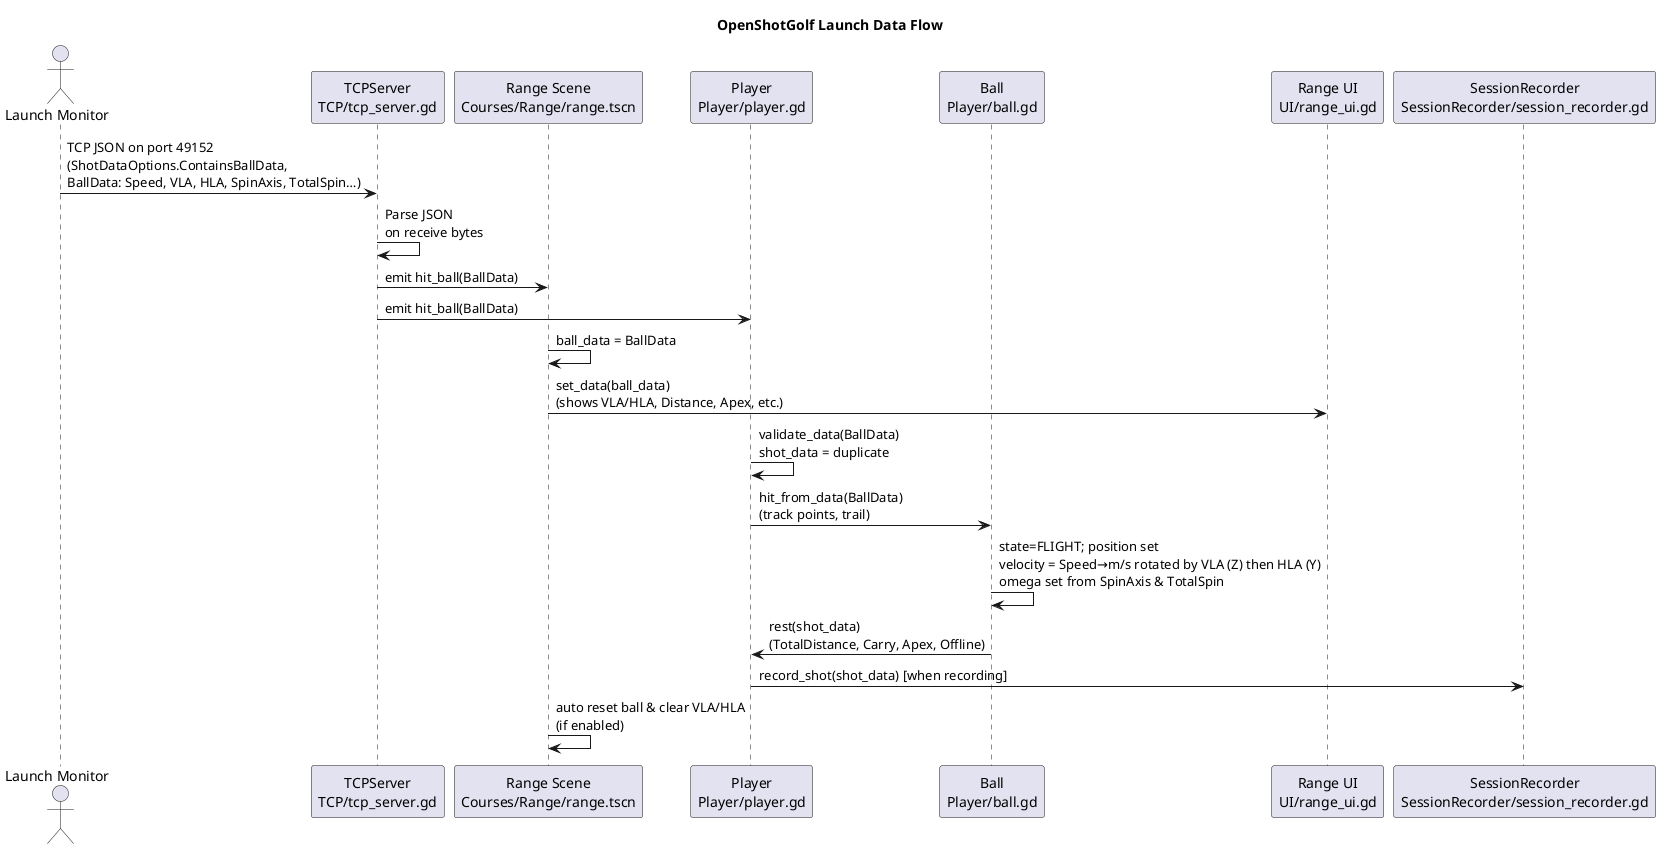
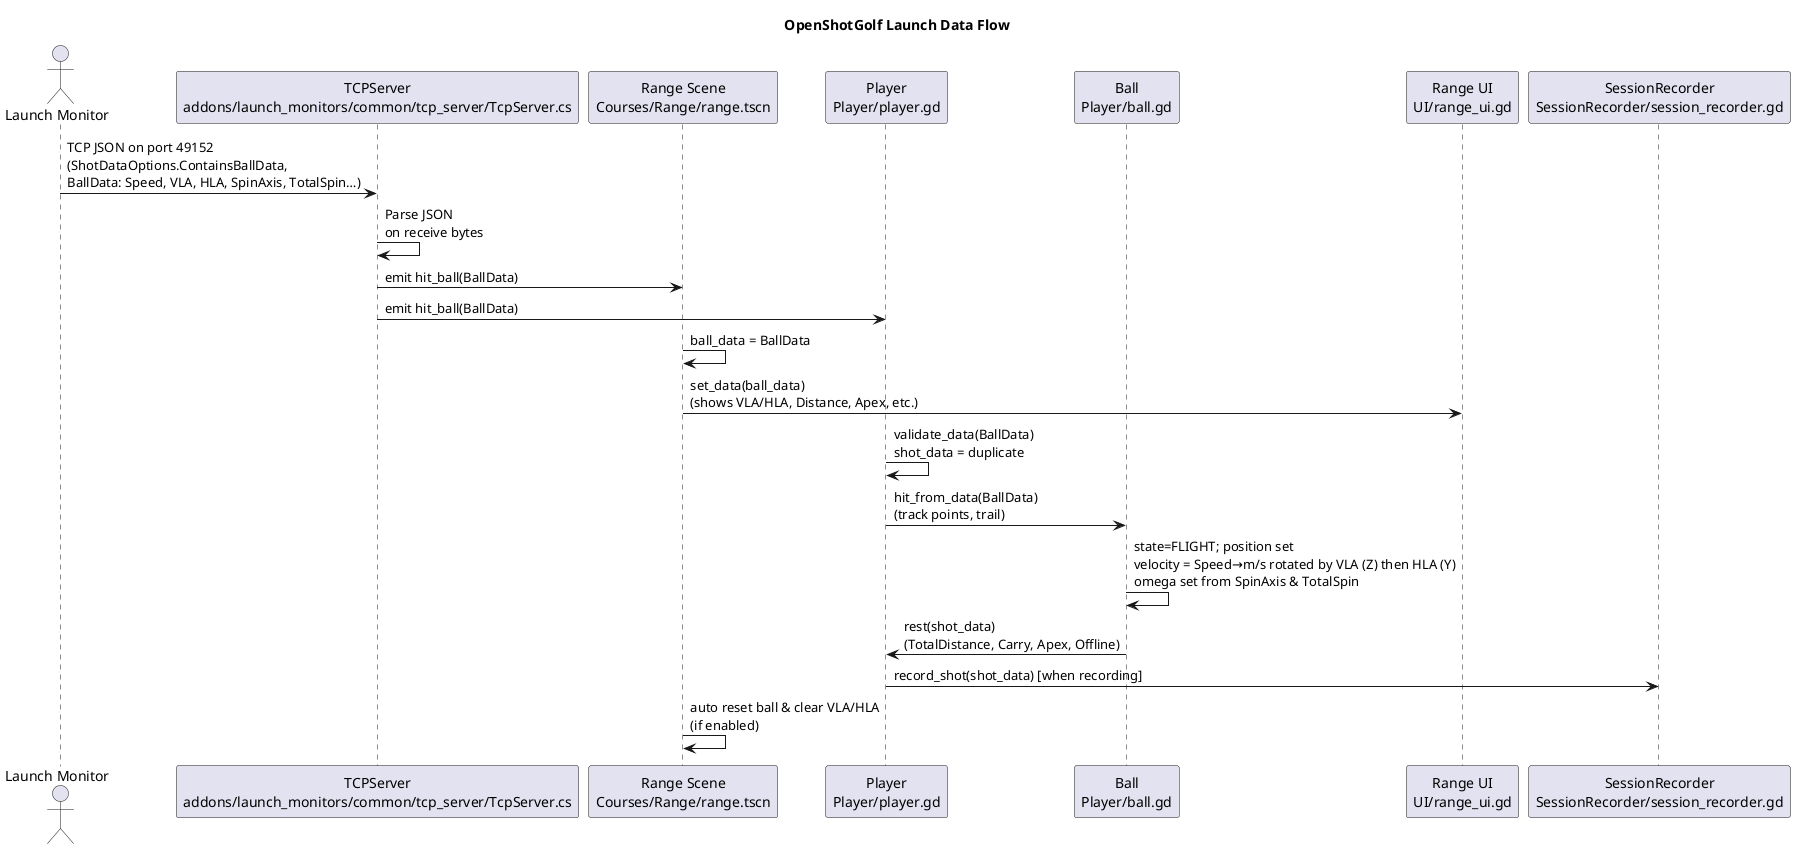
@startuml
title OpenShotGolf Launch Data Flow

actor "Launch Monitor" as LM
- participant "TCPServer\nTCP/tcp_server.gd" as TCP
+ participant "TCPServer\naddons/launch_monitors/common/tcp_server/TcpServer.cs" as TCP
participant "Range Scene\nCourses/Range/range.tscn" as Range
participant "Player\nPlayer/player.gd" as Player
participant "Ball\nPlayer/ball.gd" as Ball
participant "Range UI\nUI/range_ui.gd" as UI
participant "SessionRecorder\nSessionRecorder/session_recorder.gd" as Rec

LM -> TCP : TCP JSON on port 49152\n(ShotDataOptions.ContainsBallData,\nBallData: Speed, VLA, HLA, SpinAxis, TotalSpin…)
TCP -> TCP : Parse JSON\non receive bytes
TCP -> Range : emit hit_ball(BallData)
TCP -> Player : emit hit_ball(BallData)

Range -> Range : ball_data = BallData
Range -> UI : set_data(ball_data)\n(shows VLA/HLA, Distance, Apex, etc.)

Player -> Player : validate_data(BallData)\nshot_data = duplicate
Player -> Ball : hit_from_data(BallData)\n(track points, trail)

Ball -> Ball : state=FLIGHT; position set\nvelocity = Speed→m/s rotated by VLA (Z) then HLA (Y)\nomega set from SpinAxis & TotalSpin

Ball -> Player : rest(shot_data)\n(TotalDistance, Carry, Apex, Offline)
Player -> Rec : record_shot(shot_data) [when recording]
Range -> Range : auto reset ball & clear VLA/HLA\n(if enabled)

- @enduml+ @enduml
